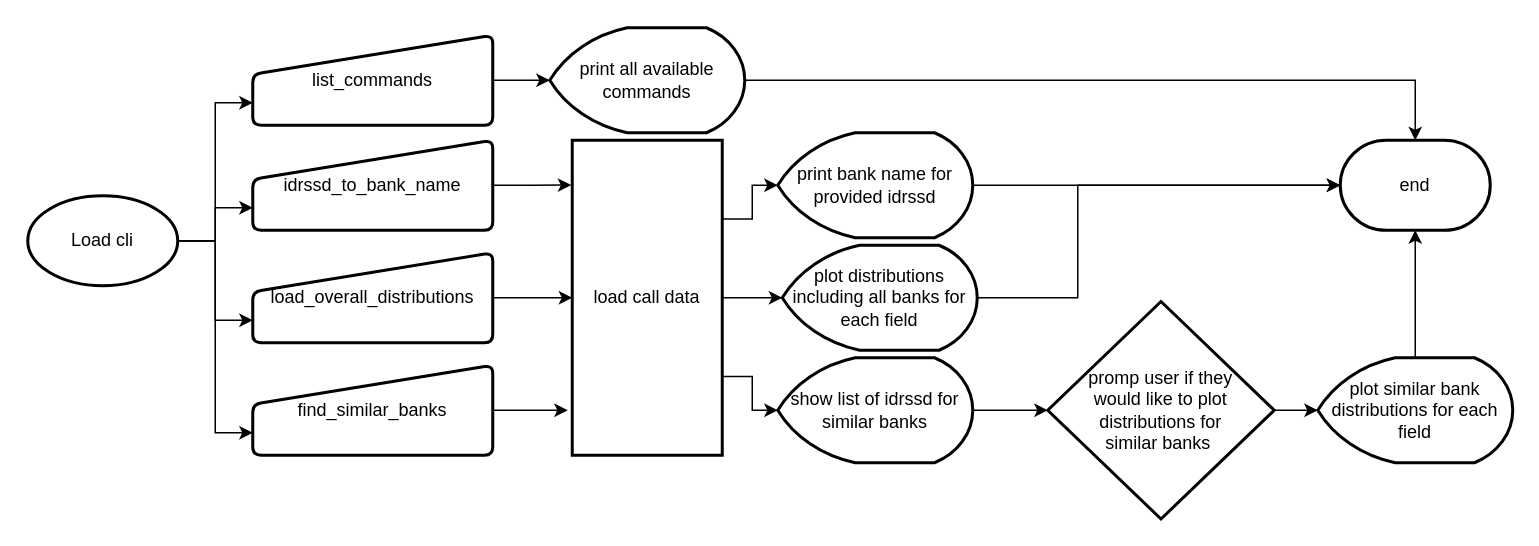
Before: page "cli_flow" (2 of 5) of architecture/bank_like_x_architecture.drawio in JasonBrauer/banklikex, a draw.io diagram. Source tidied: cells renumbered, new cells numbered last; positions are measured from the earlier drawing's top-left corner, leaving out a move shared by most shapes. Both pictures are drawn from the tidied source at 150%, with x=0, y=0 at pixel (27, 27).
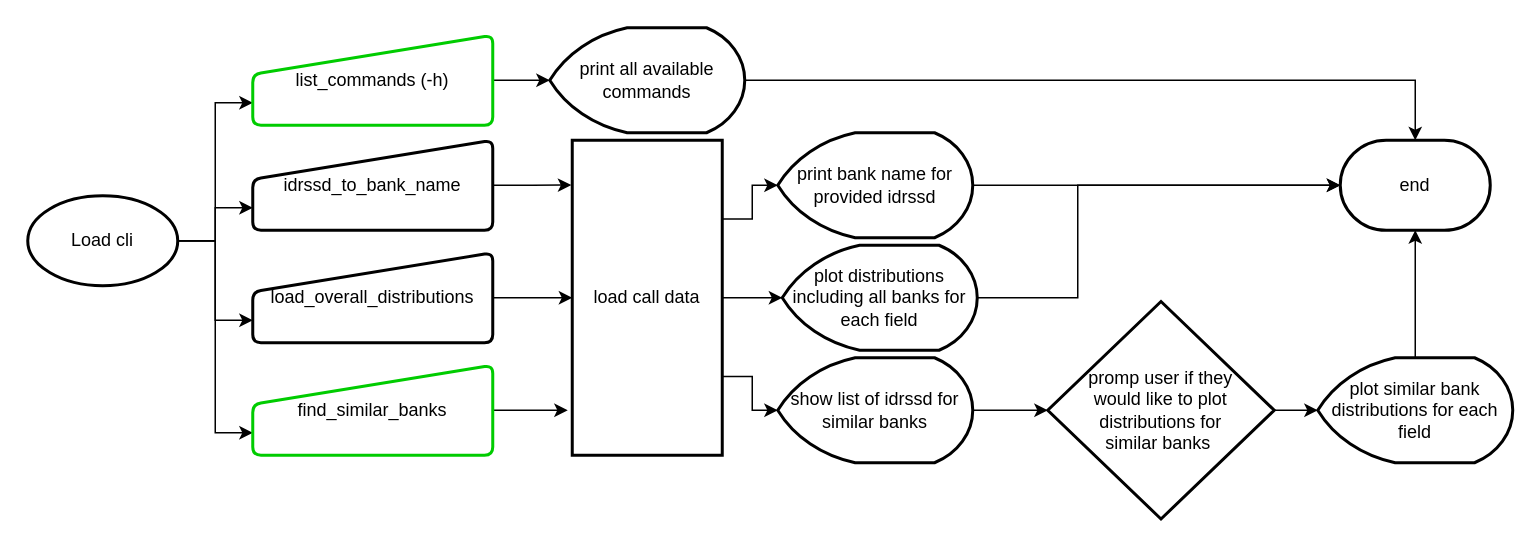
After the change.

The edit, as a diff of the source:
```diff
@@
-    <mxCell id="16" value="list_commands" style="html=1;strokeWidth=2;shape=manualInput;whiteSpace=wrap;rounded=1;size=26;arcSize=11;" parent="1" vertex="1">
+    <mxCell id="16" value="list_commands (-h)" style="html=1;strokeWidth=2;shape=manualInput;whiteSpace=wrap;rounded=1;size=26;arcSize=11;strokeColor=#00CC00;" parent="1" vertex="1">
       <mxGeometry x="150" y="5" width="160" height="60" as="geometry" />
     </mxCell>
@@
-    <mxCell id="18" value="find_similar_banks" style="html=1;strokeWidth=2;shape=manualInput;whiteSpace=wrap;rounded=1;size=26;arcSize=11;" parent="1" vertex="1">
+    <mxCell id="18" value="find_similar_banks" style="html=1;strokeWidth=2;shape=manualInput;whiteSpace=wrap;rounded=1;size=26;arcSize=11;strokeColor=#00CC00;" parent="1" vertex="1">
       <mxGeometry x="150" y="225" width="160" height="60" as="geometry" />
     </mxCell>
```
